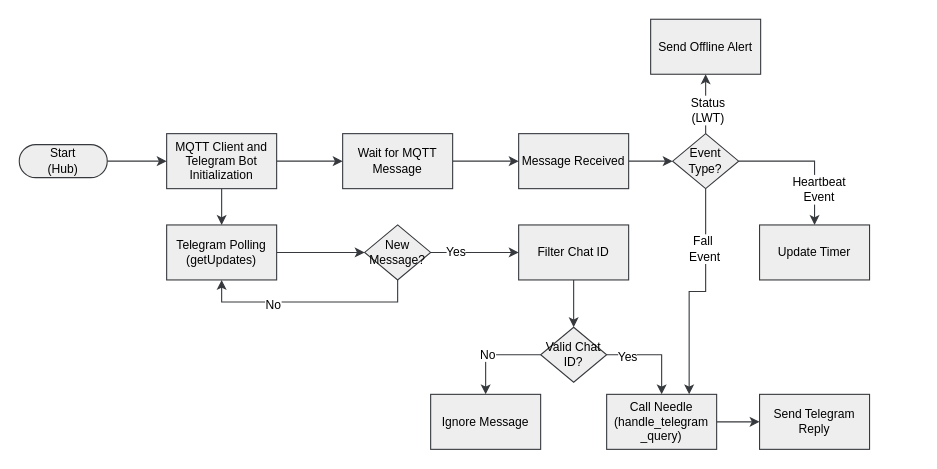
The draw.io diagram page "Page-5" (5 of 5) of lib/4_1.drawio in michalisssss/Fall-Detection-System, before the edit. Source tidied: cells renumbered, new cells numbered last; positions are measured from the earlier drawing's top-left corner, leaving out a move shared by most shapes. Both pictures are drawn from the tidied source at 110%, with x=0, y=0 at pixel (19, 19).
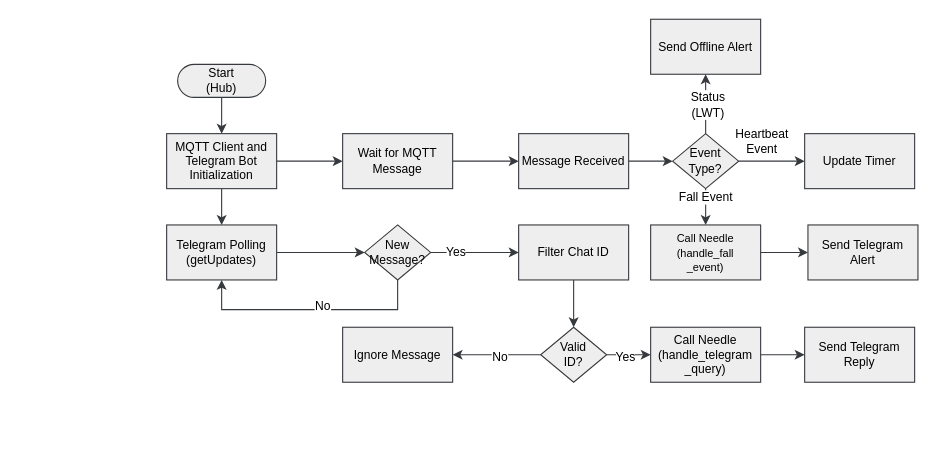
After the change.

The change refers to these unchanged cells:
```xml
<mxCell id="6" value="MQTT Client and Telegram Bot Initialization" style="html=1;dashed=0;whiteSpace=wrap;fontSize=11;fillColor=#eeeeee;strokeColor=#36393d;" parent="1" vertex="1">
  <mxGeometry x="134" y="104" width="100" height="50" as="geometry" />
</mxCell>
<mxCell id="8" value="Telegram Polling (getUpdates)" style="html=1;dashed=0;whiteSpace=wrap;fontSize=11;fillColor=#eeeeee;strokeColor=#36393d;" parent="1" vertex="1">
  <mxGeometry x="134" y="187" width="100" height="50" as="geometry" />
</mxCell>
<mxCell id="15" value="New Message?" style="shape=rhombus;html=1;dashed=0;whiteSpace=wrap;perimeter=rhombusPerimeter;fontSize=11;fillColor=#eeeeee;strokeColor=#36393d;" parent="1" vertex="1">
  <mxGeometry x="314" y="187" width="60" height="50" as="geometry" />
</mxCell>
<mxCell id="35" value="Event Type?" style="shape=rhombus;html=1;dashed=0;whiteSpace=wrap;perimeter=rhombusPerimeter;fontSize=11;fillColor=#eeeeee;strokeColor=#36393d;" parent="1" vertex="1">
  <mxGeometry x="594" y="104" width="60" height="50" as="geometry" />
</mxCell>
```

Change to the diagram source:
```diff
@@
-    <mxCell id="2" style="edgeStyle=orthogonalEdgeStyle;rounded=0;jettySize=auto;html=1;entryX=0;entryY=0.5;entryDx=0;entryDy=0;defaultLabelBackgroundColor=page;fontSize=11;fillColor=#eeeeee;strokeColor=#36393d;" parent="1" edge="1" source="3" target="6">
+    <mxCell id="2" style="edgeStyle=orthogonalEdgeStyle;rounded=0;jettySize=auto;html=1;entryX=0.5;entryY=0;entryDx=0;entryDy=0;defaultLabelBackgroundColor=page;fontSize=11;fillColor=#eeeeee;strokeColor=#36393d;" parent="1" edge="1" source="3" target="6">
       <mxGeometry relative="1" as="geometry" />
     </mxCell>
     <mxCell id="3" value="Start&lt;div&gt;(Hub)&lt;/div&gt;" style="html=1;dashed=0;whiteSpace=wrap;shape=mxgraph.dfd.start;fontSize=11;fillColor=#eeeeee;strokeColor=#36393d;" parent="1" vertex="1">
-      <mxGeometry y="114" width="80" height="30" as="geometry" />
+      <mxGeometry x="144" y="41" width="80" height="30" as="geometry" />
     </mxCell>
@@
     <mxCell id="13" style="edgeStyle=orthogonalEdgeStyle;rounded=0;jettySize=auto;html=1;entryX=0.5;entryY=1;entryDx=0;entryDy=0;defaultLabelBackgroundColor=page;fontSize=11;fillColor=#eeeeee;strokeColor=#36393d;" parent="1" edge="1" source="15" target="8">
       <mxGeometry x="0.03" relative="1" as="geometry">
         <Array as="points">
-          <mxPoint x="344" y="257" />
-          <mxPoint x="184" y="257" />
+          <mxPoint x="344" y="264" />
+          <mxPoint x="184" y="264" />
         </Array>
       </mxGeometry>
     </mxCell>
     <mxCell id="14" value="No" style="edgeLabel;html=1;align=center;verticalAlign=middle;inheritText=fontFamily,fontColor,fontStyle,textOpacity,labelBorderColor,labelBorderWidth,labelBackgroundColor,defaultLabelBackgroundColor,labelPadding;defaultLabelBackgroundColor=page;fontSize=11;" parent="13" vertex="1">
-      <mxGeometry x="0.34" y="2" relative="1" as="geometry" />
+      <mxGeometry x="0.34" y="2" relative="1" as="geometry">
+        <mxPoint x="47" y="-6" as="offset" />
+      </mxGeometry>
     </mxCell>
@@
-    <mxCell id="18" style="edgeStyle=orthogonalEdgeStyle;rounded=0;jettySize=auto;html=1;entryX=0.5;entryY=0;entryDx=0;entryDy=0;defaultLabelBackgroundColor=page;fontSize=11;fillColor=#eeeeee;strokeColor=#36393d;" parent="1" edge="1" source="22" target="28">
-      <mxGeometry relative="1" as="geometry">
-        <Array as="points">
-          <mxPoint x="424" y="305" />
-        </Array>
-      </mxGeometry>
+    <mxCell id="18" style="edgeStyle=orthogonalEdgeStyle;rounded=0;jettySize=auto;html=1;entryX=1;entryY=0.5;entryDx=0;entryDy=0;defaultLabelBackgroundColor=page;fontSize=11;fillColor=#eeeeee;strokeColor=#36393d;" parent="1" edge="1" source="22" target="28">
+      <mxGeometry relative="1" as="geometry" />
     </mxCell>
     <mxCell id="19" value="No" style="edgeLabel;html=1;align=center;verticalAlign=middle;inheritText=fontFamily,fontColor,fontStyle,textOpacity,labelBorderColor,labelBorderWidth,labelBackgroundColor,defaultLabelBackgroundColor,labelPadding;defaultLabelBackgroundColor=page;fontSize=11;" parent="18" vertex="1">
-      <mxGeometry x="0.14" y="-1" relative="1" as="geometry" />
+      <mxGeometry x="-0.04" y="1" relative="1" as="geometry" />
     </mxCell>
-    <mxCell id="20" style="edgeStyle=orthogonalEdgeStyle;rounded=0;jettySize=auto;html=1;entryX=0.5;entryY=0;entryDx=0;entryDy=0;defaultLabelBackgroundColor=page;exitX=1;exitY=0.5;exitDx=0;exitDy=0;fontSize=11;fillColor=#eeeeee;strokeColor=#36393d;" parent="1" edge="1" source="22" target="25">
+    <mxCell id="20" style="edgeStyle=orthogonalEdgeStyle;rounded=0;jettySize=auto;html=1;entryX=0;entryY=0.5;entryDx=0;entryDy=0;defaultLabelBackgroundColor=page;fontSize=11;fillColor=#eeeeee;strokeColor=#36393d;" parent="1" edge="1" source="22" target="25">
       <mxGeometry relative="1" as="geometry" />
     </mxCell>
     <mxCell id="21" value="Yes" style="edgeLabel;html=1;align=center;verticalAlign=middle;inheritText=fontFamily,fontColor,fontStyle,textOpacity,labelBorderColor,labelBorderWidth,labelBackgroundColor,defaultLabelBackgroundColor,labelPadding;defaultLabelBackgroundColor=page;fontSize=11;" parent="20" vertex="1">
-      <mxGeometry x="-0.59" y="-1" relative="1" as="geometry" />
+      <mxGeometry x="-0.19" y="-1" relative="1" as="geometry" />
     </mxCell>
-    <mxCell id="22" value="Valid Chat ID?" style="shape=rhombus;html=1;dashed=0;whiteSpace=wrap;perimeter=rhombusPerimeter;fontSize=11;fillColor=#eeeeee;strokeColor=#36393d;" parent="1" vertex="1">
+    <mxCell id="22" value="Valid&lt;div&gt;ID?&lt;/div&gt;" style="shape=rhombus;html=1;dashed=0;whiteSpace=wrap;perimeter=rhombusPerimeter;fontSize=11;fillColor=#eeeeee;strokeColor=#36393d;" parent="1" vertex="1">
       <mxGeometry x="474" y="280" width="60" height="50" as="geometry" />
     </mxCell>
     <mxCell id="23" value="Send Telegram Reply" style="html=1;dashed=0;whiteSpace=wrap;fontSize=11;fillColor=#eeeeee;strokeColor=#36393d;" parent="1" vertex="1">
-      <mxGeometry x="673" y="341" width="100" height="50" as="geometry" />
+      <mxGeometry x="714" y="280" width="100" height="50" as="geometry" />
     </mxCell>
@@
     <mxCell id="25" value="Call Needle (handle_telegram&lt;div&gt;_query)&lt;/div&gt;" style="html=1;dashed=0;whiteSpace=wrap;fontSize=11;fillColor=#eeeeee;strokeColor=#36393d;" parent="1" vertex="1">
-      <mxGeometry x="534" y="341" width="100" height="50" as="geometry" />
+      <mxGeometry x="574" y="280" width="100" height="50" as="geometry" />
     </mxCell>
@@
     <mxCell id="28" value="Ignore Message" style="html=1;dashed=0;whiteSpace=wrap;fontSize=11;fillColor=#eeeeee;strokeColor=#36393d;" parent="1" vertex="1">
-      <mxGeometry x="374" y="341" width="100" height="50" as="geometry" />
+      <mxGeometry x="294" y="280" width="100" height="50" as="geometry" />
     </mxCell>
-    <mxCell id="29" style="edgeStyle=orthogonalEdgeStyle;rounded=0;jettySize=auto;html=1;entryX=0.75;entryY=0;entryDx=0;entryDy=0;defaultLabelBackgroundColor=page;fontSize=11;fillColor=#eeeeee;strokeColor=#36393d;" parent="1" edge="1" source="35" target="25">
-      <mxGeometry relative="1" as="geometry" />
-    </mxCell>
+    <mxCell id="33" style="edgeStyle=orthogonalEdgeStyle;rounded=0;orthogonalLoop=1;jettySize=auto;html=1;entryX=0.5;entryY=1;entryDx=0;entryDy=0;defaultLabelBackgroundColor=page;fontSize=11;fillColor=#eeeeee;strokeColor=#36393d;" parent="1" edge="1">
+      <mxGeometry relative="1" as="geometry">
+        <mxPoint x="624" y="104" as="sourcePoint" />
+        <mxPoint x="624" y="50" as="targetPoint" />
+      </mxGeometry>
+    </mxCell>
+    <mxCell id="34" value="Status&lt;div&gt;(LWT)&lt;/div&gt;" style="edgeLabel;html=1;align=center;verticalAlign=middle;inheritText=fontFamily,fontColor,fontStyle,textOpacity,labelBorderColor,labelBorderWidth,labelBackgroundColor,defaultLabelBackgroundColor,labelPadding;defaultLabelBackgroundColor=page;fontSize=11;" parent="33" vertex="1">
+      <mxGeometry x="-0.19" y="-1" relative="1" as="geometry">
+        <mxPoint y="-5" as="offset" />
+      </mxGeometry>
+    </mxCell>
+    <mxCell id="38" style="edgeStyle=orthogonalEdgeStyle;rounded=0;jettySize=auto;html=1;entryX=0.5;entryY=0;entryDx=0;entryDy=0;defaultLabelBackgroundColor=page;fontSize=11;fillColor=#eeeeee;strokeColor=#36393d;" parent="1" edge="1" source="35">
+      <mxGeometry relative="1" as="geometry">
+        <mxPoint x="624" y="187" as="targetPoint" />
+      </mxGeometry>
+    </mxCell>
-    <mxCell id="30" value="Fall&amp;nbsp;&lt;div&gt;Event&lt;/div&gt;" style="edgeLabel;html=1;align=center;verticalAlign=middle;inheritText=fontFamily,fontColor,fontStyle,textOpacity,labelBorderColor,labelBorderWidth,labelBackgroundColor,defaultLabelBackgroundColor,labelPadding;defaultLabelBackgroundColor=page;fontSize=11;" parent="29" vertex="1">
-      <mxGeometry x="-0.47" y="-2" relative="1" as="geometry" />
+    <mxCell id="30" value="Fall Event" style="edgeLabel;html=1;align=center;verticalAlign=middle;inheritText=fontFamily,fontColor,fontStyle,textOpacity,labelBorderColor,labelBorderWidth,labelBackgroundColor,defaultLabelBackgroundColor,labelPadding;defaultLabelBackgroundColor=page;fontSize=11;" parent="38" vertex="1">
+      <mxGeometry x="-0.58" y="-1" relative="1" as="geometry" />
     </mxCell>
-    <mxCell id="31" style="edgeStyle=orthogonalEdgeStyle;rounded=0;jettySize=auto;html=1;entryX=0.5;entryY=0;entryDx=0;entryDy=0;defaultLabelBackgroundColor=page;fontSize=11;fillColor=#eeeeee;strokeColor=#36393d;" parent="1" edge="1" source="35" target="36">
+    <mxCell id="31" style="edgeStyle=orthogonalEdgeStyle;rounded=0;jettySize=auto;html=1;entryX=0;entryY=0.5;entryDx=0;entryDy=0;defaultLabelBackgroundColor=page;fontSize=11;fillColor=#eeeeee;strokeColor=#36393d;" parent="1" edge="1" source="35" target="36">
       <mxGeometry relative="1" as="geometry" />
     </mxCell>
     <mxCell id="32" value="Heartbeat&lt;div&gt;Event&lt;/div&gt;" style="edgeLabel;html=1;align=center;verticalAlign=middle;inheritText=fontFamily,fontColor,fontStyle,textOpacity,labelBorderColor,labelBorderWidth,labelBackgroundColor,defaultLabelBackgroundColor,labelPadding;defaultLabelBackgroundColor=page;fontSize=11;" parent="31" vertex="1">
-      <mxGeometry x="-0.29" relative="1" as="geometry">
-        <mxPoint x="27" y="25" as="offset" />
+      <mxGeometry x="0.05" y="-1" relative="1" as="geometry">
+        <mxPoint x="-12" y="-20" as="offset" />
       </mxGeometry>
     </mxCell>
-    <mxCell id="33" style="edgeStyle=orthogonalEdgeStyle;rounded=0;orthogonalLoop=1;jettySize=auto;html=1;entryX=0.5;entryY=1;entryDx=0;entryDy=0;defaultLabelBackgroundColor=page;fontSize=11;fillColor=#eeeeee;strokeColor=#36393d;" parent="1" edge="1">
-      <mxGeometry relative="1" as="geometry">
-        <mxPoint x="624" y="104" as="sourcePoint" />
-        <mxPoint x="624" y="50" as="targetPoint" />
-      </mxGeometry>
-    </mxCell>
-    <mxCell id="34" value="Status&lt;div&gt;(LWT)&lt;/div&gt;" style="edgeLabel;html=1;align=center;verticalAlign=middle;inheritText=fontFamily,fontColor,fontStyle,textOpacity,labelBorderColor,labelBorderWidth,labelBackgroundColor,defaultLabelBackgroundColor,labelPadding;defaultLabelBackgroundColor=page;fontSize=11;" parent="33" vertex="1">
-      <mxGeometry x="-0.19" y="-1" relative="1" as="geometry" />
-    </mxCell>
@@
     <mxCell id="36" value="Update Timer" style="html=1;dashed=0;whiteSpace=wrap;fontSize=11;fillColor=#eeeeee;strokeColor=#36393d;" parent="1" vertex="1">
-      <mxGeometry x="673" y="187" width="100" height="50" as="geometry" />
+      <mxGeometry x="714" y="104" width="100" height="50" as="geometry" />
     </mxCell>
@@
+    <mxCell id="39" style="edgeStyle=orthogonalEdgeStyle;rounded=0;jettySize=auto;html=1;entryX=0;entryY=0.5;entryDx=0;entryDy=0;defaultLabelBackgroundColor=page;fontSize=11;fillColor=#eeeeee;strokeColor=#36393d;" parent="1" edge="1" source="40" target="41">
+      <mxGeometry relative="1" as="geometry" />
+    </mxCell>
+    <mxCell id="40" value="&lt;span style=&quot;font-size: 10px;&quot;&gt;Call Needle (handle_fall&lt;/span&gt;&lt;div style=&quot;font-size: 10px;&quot;&gt;_event)&lt;/div&gt;" style="html=1;dashed=0;whiteSpace=wrap;fontSize=11;fillColor=#eeeeee;strokeColor=#36393d;" parent="1" vertex="1">
+      <mxGeometry x="574" y="187" width="100" height="50" as="geometry" />
+    </mxCell>
+    <mxCell id="41" value="Send Telegram Alert" style="html=1;dashed=0;whiteSpace=wrap;fontSize=11;fillColor=#eeeeee;strokeColor=#36393d;" parent="1" vertex="1">
+      <mxGeometry x="717" y="187" width="100" height="50" as="geometry" />
+    </mxCell>
```
